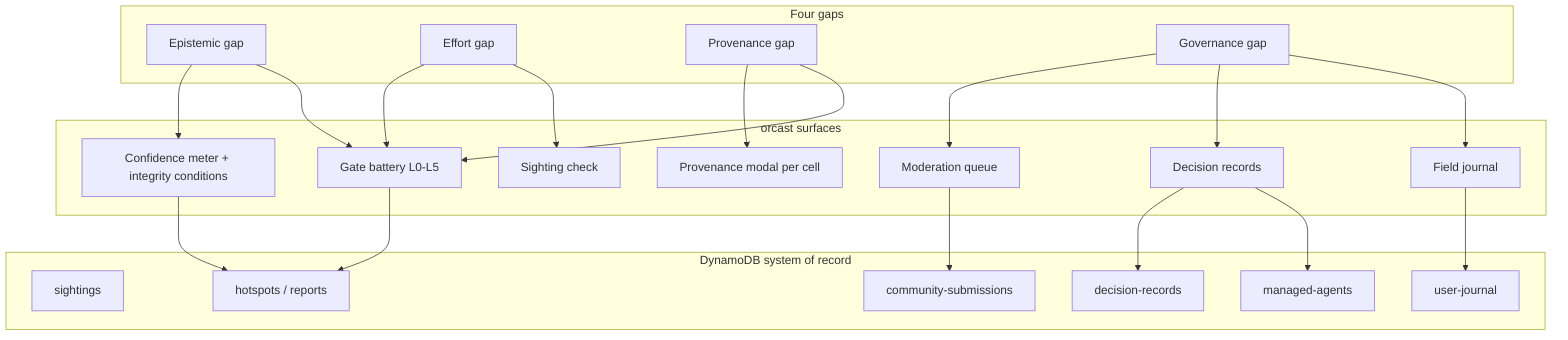
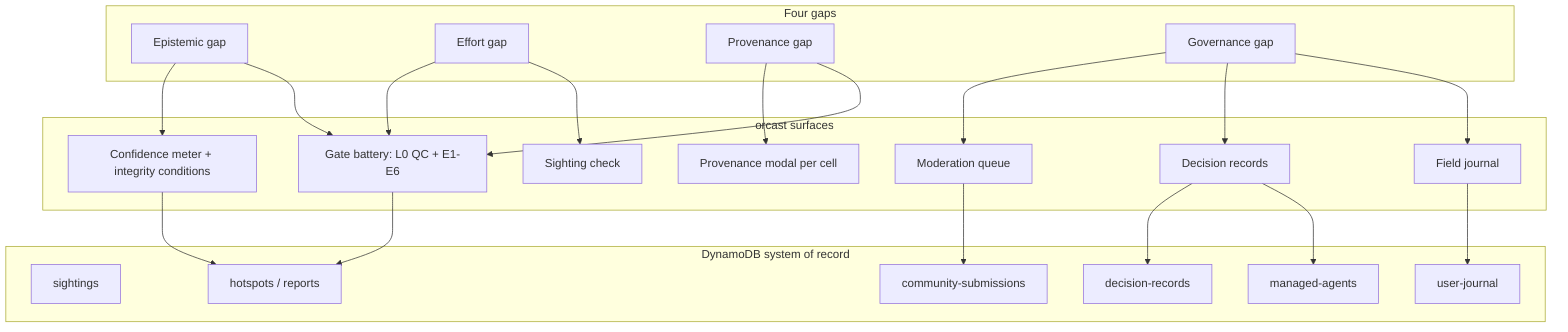
flowchart TB
  subgraph gaps [Four gaps]
    EG[Epistemic gap]
    UG[Effort gap]
    PG[Provenance gap]
    GG[Governance gap]
  end
  subgraph orcast [orcast surfaces]
    CM[Confidence meter + integrity conditions]
    PR[Provenance modal per cell]
-     GT[Gate battery L0-L5]
+     GT[Gate battery: L0 QC + E1-E6]
    MQ[Moderation queue]
    DR[Decision records]
    JN[Field journal]
    AS[Sighting check]
  end
  subgraph db [DynamoDB system of record]
    T1[sightings]
    T2[community-submissions]
    T3[decision-records]
    T4[user-journal]
    T5[hotspots / reports]
    T6[managed-agents]
  end
  EG --> CM
  EG --> GT
  UG --> GT
  UG --> AS
  PG --> PR
  PG --> GT
  GG --> MQ
  GG --> DR
  GG --> JN
  CM --> T5
  GT --> T5
  MQ --> T2
  DR --> T3
  JN --> T4
  DR --> T6
